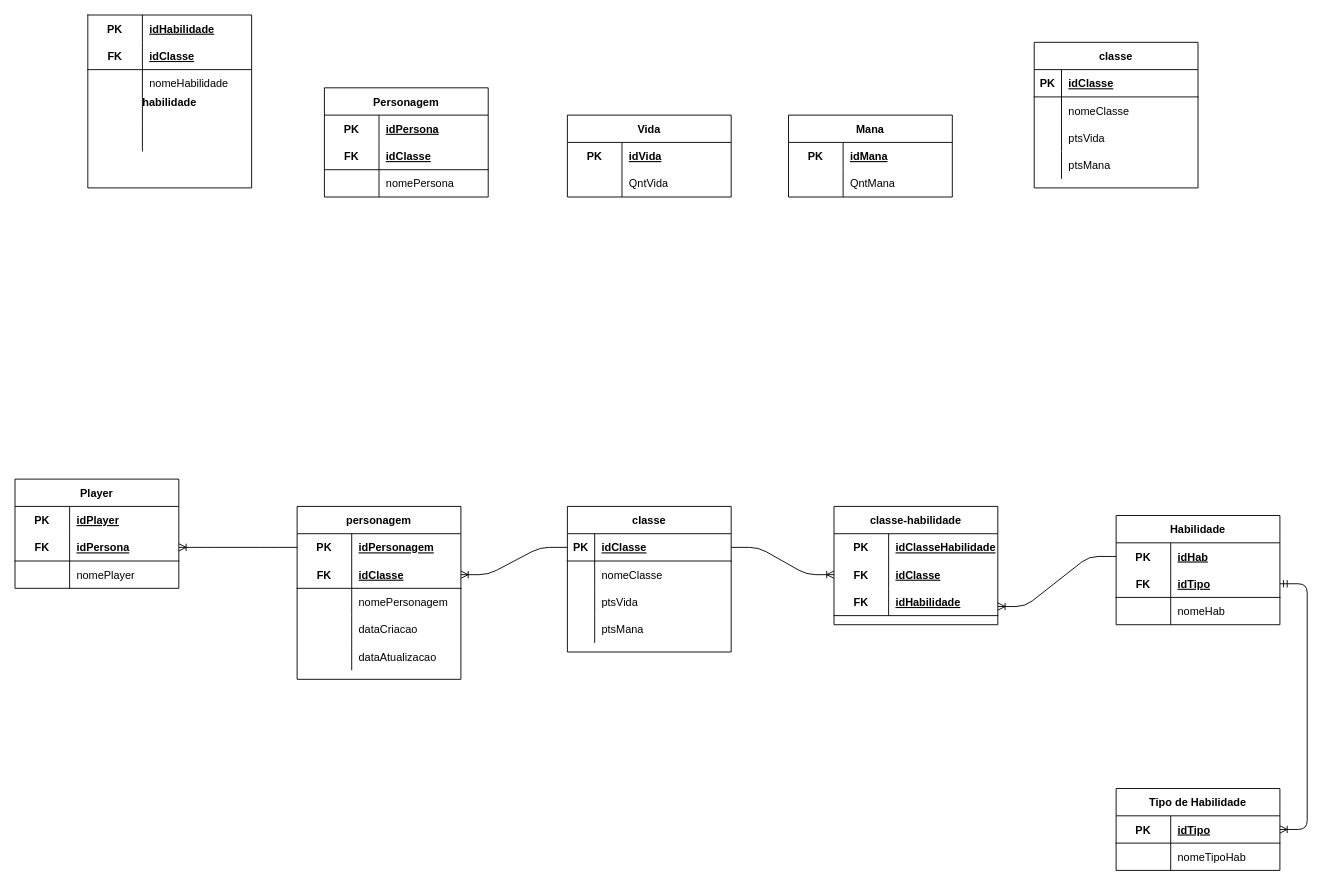
This is page "Lógico" (2 of 2) of sprint_1_bd/H_HROADS/modelagens/projeto_HROADS_logico_conceitual.drawio from s-f22/SENAI_2, a draw.io file, before an edit. Source tidied: cells renumbered, new cells numbered last; positions are measured from the earlier drawing's top-left corner, leaving out a move shared by most shapes. Both pictures are drawn from the tidied source at 91%, with x=0, y=0 at pixel (15, 15).
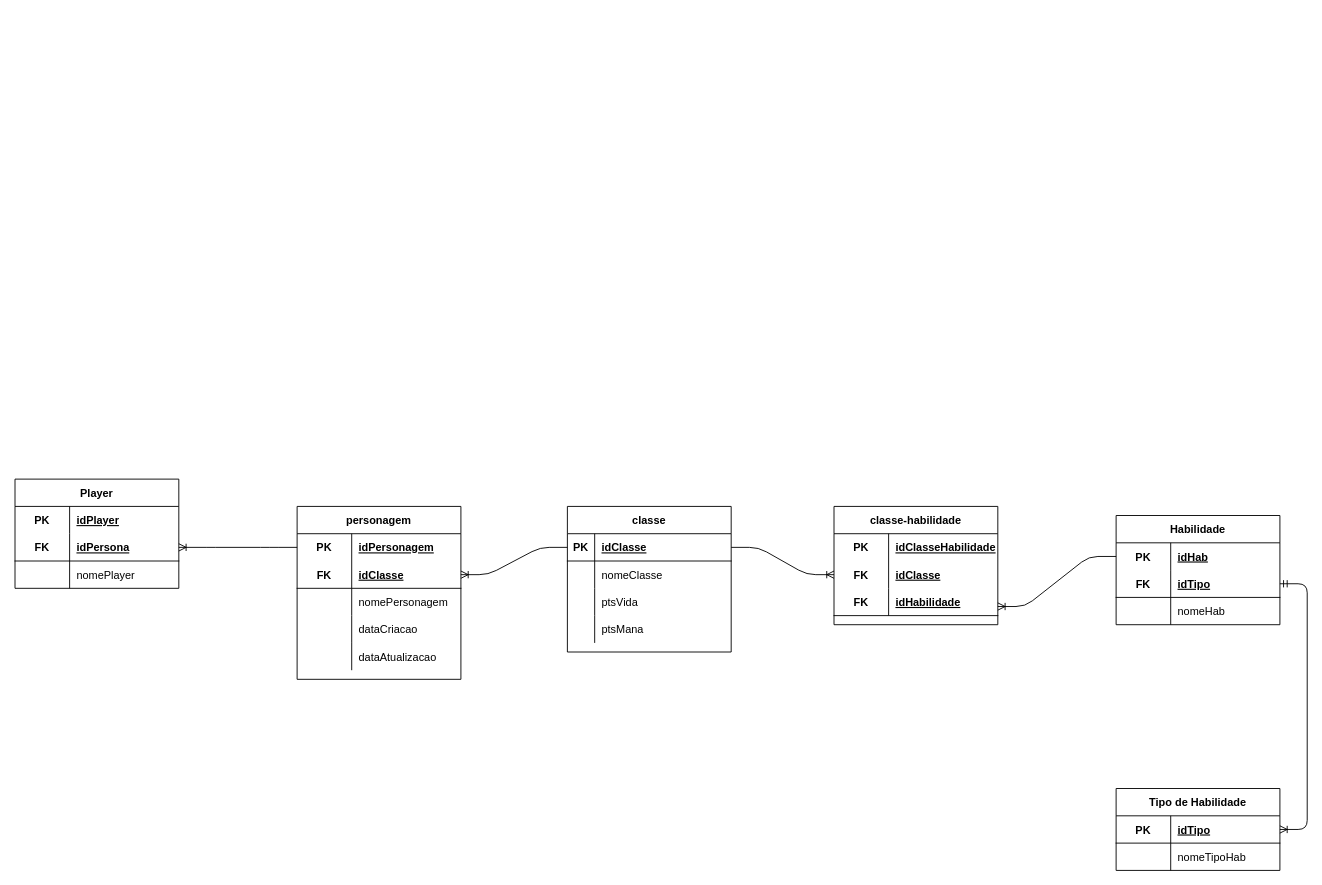
Above is the later version.

Change to the diagram source:
```diff
@@
-    <mxCell id="12" value="Personagem" style="shape=table;startSize=30;childLayout=tableLayout;rowLines=0;fontStyle=1;align=center;" parent="1" vertex="1">
-      <mxGeometry x="340" y="80" width="180" height="120" as="geometry" />
-    </mxCell>
-    <mxCell id="13" style="shape=partialRectangle;fillColor=none;top=0;left=0;bottom=0;right=0;" parent="12" vertex="1">
-      <mxGeometry y="30" width="180" height="30" as="geometry" />
-    </mxCell>
-    <mxCell id="14" value="PK" style="shape=partialRectangle;fillColor=none;top=0;left=0;bottom=0;right=0;fontStyle=1;overflow=hidden;" parent="13" vertex="1">
-      <mxGeometry width="60" height="30" as="geometry" />
-    </mxCell>
-    <mxCell id="15" value="idPersona" style="shape=partialRectangle;fillColor=none;top=0;left=0;bottom=0;right=0;align=left;spacingLeft=6;fontStyle=5;overflow=hidden;" parent="13" vertex="1">
-      <mxGeometry x="60" width="120" height="30" as="geometry" />
-    </mxCell>
-    <mxCell id="16" style="shape=partialRectangle;fillColor=none;top=0;left=0;bottom=1;right=0;" parent="12" vertex="1">
-      <mxGeometry y="60" width="180" height="30" as="geometry" />
-    </mxCell>
-    <mxCell id="17" value="FK" style="shape=partialRectangle;fillColor=none;top=0;left=0;bottom=0;right=0;fontStyle=1;overflow=hidden;" parent="16" vertex="1">
-      <mxGeometry width="60" height="30" as="geometry" />
-    </mxCell>
-    <mxCell id="18" value="idClasse" style="shape=partialRectangle;fillColor=none;top=0;left=0;bottom=0;right=0;align=left;spacingLeft=6;fontStyle=5;overflow=hidden;" parent="16" vertex="1">
-      <mxGeometry x="60" width="120" height="30" as="geometry" />
-    </mxCell>
-    <mxCell id="19" style="shape=partialRectangle;fillColor=none;top=0;left=0;bottom=0;right=0;" parent="12" vertex="1">
-      <mxGeometry y="90" width="180" height="30" as="geometry" />
-    </mxCell>
-    <mxCell id="20" style="shape=partialRectangle;fillColor=none;top=0;left=0;bottom=0;right=0;overflow=hidden;" parent="19" vertex="1">
-      <mxGeometry width="60" height="30" as="geometry" />
-    </mxCell>
-    <mxCell id="21" value="nomePersona" style="shape=partialRectangle;fillColor=none;top=0;left=0;bottom=0;right=0;align=left;spacingLeft=6;overflow=hidden;" parent="19" vertex="1">
-      <mxGeometry x="60" width="120" height="30" as="geometry" />
-    </mxCell>
-    <mxCell id="22" value="Vida" style="shape=table;startSize=30;childLayout=tableLayout;rowLines=0;fontStyle=1;align=center;" parent="1" vertex="1">
-      <mxGeometry x="607" y="110" width="180" height="90" as="geometry" />
-    </mxCell>
-    <mxCell id="23" style="shape=partialRectangle;fillColor=none;top=0;left=0;bottom=0;right=0;" parent="22" vertex="1">
-      <mxGeometry y="30" width="180" height="30" as="geometry" />
-    </mxCell>
-    <mxCell id="24" value="PK" style="shape=partialRectangle;fillColor=none;top=0;left=0;bottom=0;right=0;fontStyle=1;overflow=hidden;" parent="23" vertex="1">
-      <mxGeometry width="60" height="30" as="geometry" />
-    </mxCell>
-    <mxCell id="25" value="idVida" style="shape=partialRectangle;fillColor=none;top=0;left=0;bottom=0;right=0;align=left;spacingLeft=6;fontStyle=5;overflow=hidden;" parent="23" vertex="1">
-      <mxGeometry x="60" width="120" height="30" as="geometry" />
-    </mxCell>
-    <mxCell id="26" style="shape=partialRectangle;fillColor=none;top=0;left=0;bottom=0;right=0;" parent="22" vertex="1">
-      <mxGeometry y="60" width="180" height="30" as="geometry" />
-    </mxCell>
-    <mxCell id="27" style="shape=partialRectangle;fillColor=none;top=0;left=0;bottom=0;right=0;overflow=hidden;" parent="26" vertex="1">
-      <mxGeometry width="60" height="30" as="geometry" />
-    </mxCell>
-    <mxCell id="28" value="QntVida" style="shape=partialRectangle;fillColor=none;top=0;left=0;bottom=0;right=0;align=left;spacingLeft=6;overflow=hidden;" parent="26" vertex="1">
-      <mxGeometry x="60" width="120" height="30" as="geometry" />
-    </mxCell>
-    <mxCell id="29" value="Mana" style="shape=table;startSize=30;childLayout=tableLayout;rowLines=0;fontStyle=1;align=center;" parent="1" vertex="1">
-      <mxGeometry x="850" y="110" width="180" height="90" as="geometry" />
-    </mxCell>
-    <mxCell id="30" style="shape=partialRectangle;fillColor=none;top=0;left=0;bottom=0;right=0;" parent="29" vertex="1">
-      <mxGeometry y="30" width="180" height="30" as="geometry" />
-    </mxCell>
-    <mxCell id="31" value="PK" style="shape=partialRectangle;fillColor=none;top=0;left=0;bottom=0;right=0;fontStyle=1;overflow=hidden;" parent="30" vertex="1">
-      <mxGeometry width="60" height="30" as="geometry" />
-    </mxCell>
-    <mxCell id="32" value="idMana" style="shape=partialRectangle;fillColor=none;top=0;left=0;bottom=0;right=0;align=left;spacingLeft=6;fontStyle=5;overflow=hidden;" parent="30" vertex="1">
-      <mxGeometry x="60" width="120" height="30" as="geometry" />
-    </mxCell>
-    <mxCell id="33" style="shape=partialRectangle;fillColor=none;top=0;left=0;bottom=0;right=0;" parent="29" vertex="1">
-      <mxGeometry y="60" width="180" height="30" as="geometry" />
-    </mxCell>
-    <mxCell id="34" style="shape=partialRectangle;fillColor=none;top=0;left=0;bottom=0;right=0;overflow=hidden;" parent="33" vertex="1">
-      <mxGeometry width="60" height="30" as="geometry" />
-    </mxCell>
-    <mxCell id="35" value="QntMana" style="shape=partialRectangle;fillColor=none;top=0;left=0;bottom=0;right=0;align=left;spacingLeft=6;overflow=hidden;" parent="33" vertex="1">
-      <mxGeometry x="60" width="120" height="30" as="geometry" />
-    </mxCell>
@@
-    <mxCell id="54" value="classe" style="shape=table;startSize=30;childLayout=tableLayout;rowLines=0;fontStyle=1;align=center;" parent="1" vertex="1">
-      <mxGeometry x="1120" y="30" width="180" height="160" as="geometry" />
-    </mxCell>
-    <mxCell id="55" style="shape=partialRectangle;fillColor=none;top=0;left=0;bottom=1;right=0;" parent="54" vertex="1">
-      <mxGeometry y="30" width="180" height="30" as="geometry" />
-    </mxCell>
-    <mxCell id="56" value="PK" style="shape=partialRectangle;fillColor=none;top=0;left=0;bottom=0;right=0;fontStyle=1;overflow=hidden;" parent="55" vertex="1">
-      <mxGeometry width="30" height="30" as="geometry" />
-    </mxCell>
-    <mxCell id="57" value="idClasse" style="shape=partialRectangle;fillColor=none;top=0;left=0;bottom=0;right=0;align=left;spacingLeft=6;fontStyle=5;overflow=hidden;" parent="55" vertex="1">
-      <mxGeometry x="30" width="150" height="30" as="geometry" />
-    </mxCell>
-    <mxCell id="58" style="shape=partialRectangle;fillColor=none;top=0;left=0;bottom=0;right=0;" parent="54" vertex="1">
-      <mxGeometry y="60" width="180" height="30" as="geometry" />
-    </mxCell>
-    <mxCell id="59" style="shape=partialRectangle;fillColor=none;top=0;left=0;bottom=0;right=0;overflow=hidden;" parent="58" vertex="1">
-      <mxGeometry width="30" height="30" as="geometry" />
-    </mxCell>
-    <mxCell id="60" value="nomeClasse" style="shape=partialRectangle;fillColor=none;top=0;left=0;bottom=0;right=0;align=left;spacingLeft=6;overflow=hidden;" parent="58" vertex="1">
-      <mxGeometry x="30" width="150" height="30" as="geometry" />
-    </mxCell>
-    <mxCell id="61" style="shape=partialRectangle;fillColor=none;top=0;left=0;bottom=0;right=0;" parent="54" vertex="1">
-      <mxGeometry y="90" width="180" height="30" as="geometry" />
-    </mxCell>
-    <mxCell id="62" style="shape=partialRectangle;fillColor=none;top=0;left=0;bottom=0;right=0;overflow=hidden;" parent="61" vertex="1">
-      <mxGeometry width="30" height="30" as="geometry" />
-    </mxCell>
-    <mxCell id="63" value="ptsVida" style="shape=partialRectangle;fillColor=none;top=0;left=0;bottom=0;right=0;align=left;spacingLeft=6;overflow=hidden;" parent="61" vertex="1">
-      <mxGeometry x="30" width="150" height="30" as="geometry" />
-    </mxCell>
-    <mxCell id="64" style="shape=partialRectangle;fillColor=none;top=0;left=0;bottom=0;right=0;" parent="54" vertex="1">
-      <mxGeometry y="120" width="180" height="30" as="geometry" />
-    </mxCell>
-    <mxCell id="65" style="shape=partialRectangle;fillColor=none;top=0;left=0;bottom=0;right=0;overflow=hidden;" parent="64" vertex="1">
-      <mxGeometry width="30" height="30" as="geometry" />
-    </mxCell>
-    <mxCell id="66" value="ptsMana" style="shape=partialRectangle;fillColor=none;top=0;left=0;bottom=0;right=0;align=left;spacingLeft=6;overflow=hidden;" parent="64" vertex="1">
-      <mxGeometry x="30" width="150" height="30" as="geometry" />
-    </mxCell>
-    <mxCell id="67" value="habilidade" style="shape=table;startSize=0;childLayout=tableLayout;rowLines=0;fontStyle=1;align=center;" parent="1" vertex="1">
-      <mxGeometry x="80" width="180" height="190" as="geometry" />
-    </mxCell>
-    <mxCell id="68" style="shape=partialRectangle;fillColor=none;top=0;left=0;bottom=0;right=0;" parent="67" vertex="1">
-      <mxGeometry width="180" height="30" as="geometry" />
-    </mxCell>
-    <mxCell id="69" value="PK" style="shape=partialRectangle;fillColor=none;top=0;left=0;bottom=0;right=0;fontStyle=1;overflow=hidden;" parent="68" vertex="1">
-      <mxGeometry width="60" height="30" as="geometry" />
-    </mxCell>
-    <mxCell id="70" value="idHabilidade" style="shape=partialRectangle;fillColor=none;top=0;left=0;bottom=0;right=0;align=left;spacingLeft=6;fontStyle=5;overflow=hidden;" parent="68" vertex="1">
-      <mxGeometry x="60" width="120" height="30" as="geometry" />
-    </mxCell>
-    <mxCell id="71" style="shape=partialRectangle;fillColor=none;top=0;left=0;bottom=1;right=0;" parent="67" vertex="1">
-      <mxGeometry y="30" width="180" height="30" as="geometry" />
-    </mxCell>
-    <mxCell id="72" value="FK" style="shape=partialRectangle;fillColor=none;top=0;left=0;bottom=0;right=0;fontStyle=1;overflow=hidden;" parent="71" vertex="1">
-      <mxGeometry width="60" height="30" as="geometry" />
-    </mxCell>
-    <mxCell id="73" value="idClasse" style="shape=partialRectangle;fillColor=none;top=0;left=0;bottom=0;right=0;align=left;spacingLeft=6;fontStyle=5;overflow=hidden;" parent="71" vertex="1">
-      <mxGeometry x="60" width="120" height="30" as="geometry" />
-    </mxCell>
-    <mxCell id="74" style="shape=partialRectangle;fillColor=none;top=0;left=0;bottom=0;right=0;" parent="67" vertex="1">
-      <mxGeometry y="60" width="180" height="30" as="geometry" />
-    </mxCell>
-    <mxCell id="75" style="shape=partialRectangle;fillColor=none;top=0;left=0;bottom=0;right=0;overflow=hidden;" parent="74" vertex="1">
-      <mxGeometry width="60" height="30" as="geometry" />
-    </mxCell>
-    <mxCell id="76" value="nomeHabilidade" style="shape=partialRectangle;fillColor=none;top=0;left=0;bottom=0;right=0;align=left;spacingLeft=6;overflow=hidden;" parent="74" vertex="1">
-      <mxGeometry x="60" width="120" height="30" as="geometry" />
-    </mxCell>
-    <mxCell id="77" style="shape=partialRectangle;fillColor=none;top=0;left=0;bottom=0;right=0;" parent="67" vertex="1">
-      <mxGeometry y="90" width="180" height="30" as="geometry" />
-    </mxCell>
-    <mxCell id="78" style="shape=partialRectangle;fillColor=none;top=0;left=0;bottom=0;right=0;overflow=hidden;" parent="77" vertex="1">
-      <mxGeometry width="60" height="30" as="geometry" />
-    </mxCell>
-    <mxCell id="79" style="shape=partialRectangle;fillColor=none;top=0;left=0;bottom=0;right=0;align=left;spacingLeft=6;overflow=hidden;" parent="77" vertex="1">
-      <mxGeometry x="60" width="120" height="30" as="geometry" />
-    </mxCell>
-    <mxCell id="80" style="shape=partialRectangle;fillColor=none;top=0;left=0;bottom=0;right=0;" parent="67" vertex="1">
-      <mxGeometry y="120" width="180" height="30" as="geometry" />
-    </mxCell>
-    <mxCell id="81" style="shape=partialRectangle;fillColor=none;top=0;left=0;bottom=0;right=0;overflow=hidden;" parent="80" vertex="1">
-      <mxGeometry width="60" height="30" as="geometry" />
-    </mxCell>
-    <mxCell id="82" style="shape=partialRectangle;fillColor=none;top=0;left=0;bottom=0;right=0;align=left;spacingLeft=6;overflow=hidden;" parent="80" vertex="1">
-      <mxGeometry x="60" width="120" height="30" as="geometry" />
-    </mxCell>
```
